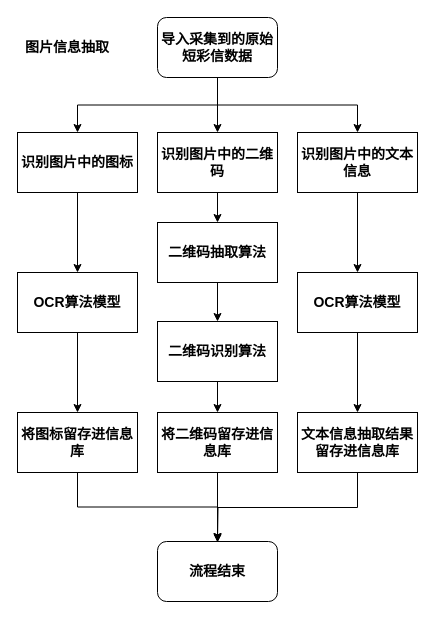
Above: dcx/处理流程-图片.drawio in zwnop/draw-io-repo (draw.io), before the change. Source tidied: cells renumbered, new cells numbered last; positions are measured from the earlier drawing's top-left corner, leaving out a move shared by most shapes. Both pictures are drawn from the tidied source at 100%, with x=0, y=0 at pixel (17, 17).
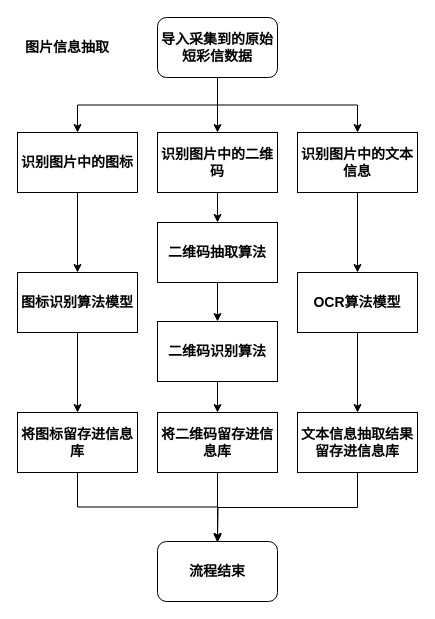
The same diagram, later.

Commit message (it also covers changes not shown here):
更新处理流程-图片.drawio

Diff of the diagram source:
```diff
@@
-    <mxCell id="27" value="OCR算法模型" style="rounded=0;whiteSpace=wrap;html=1;fontSize=14;fontStyle=1;" parent="1" vertex="1">
+    <mxCell id="27" value="图标识别算法模型" style="rounded=0;whiteSpace=wrap;html=1;fontSize=14;fontStyle=1;" parent="1" vertex="1">
       <mxGeometry y="255" width="120" height="60" as="geometry" />
     </mxCell>
```
